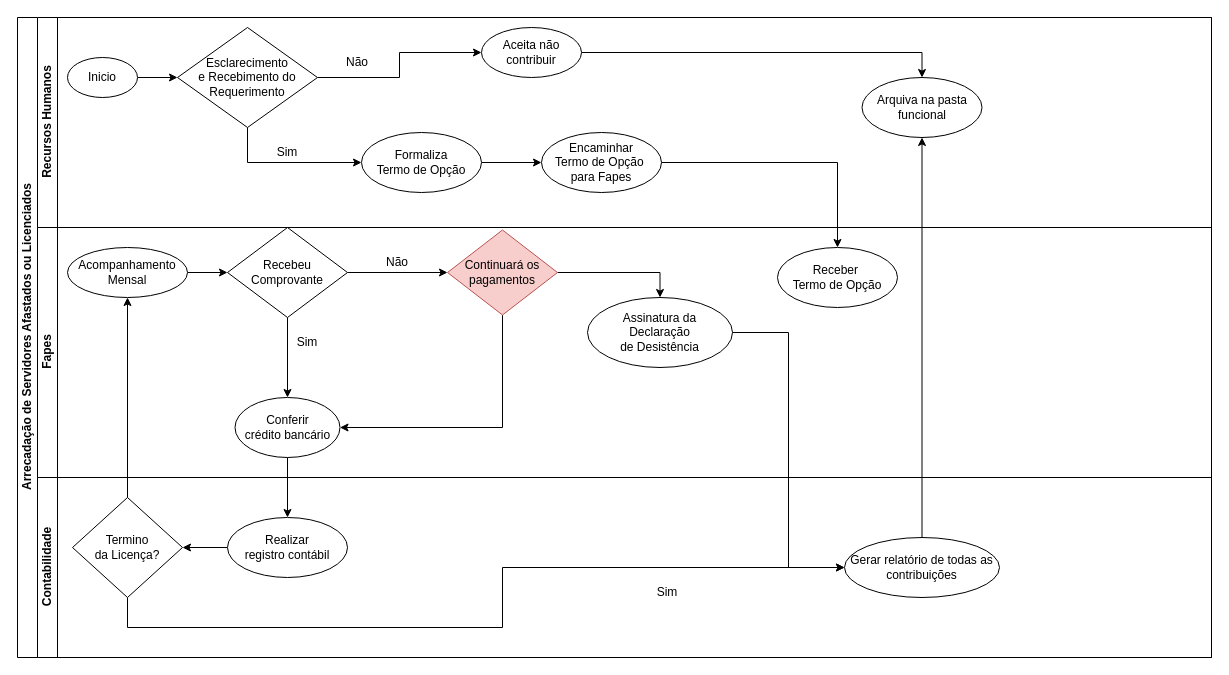
The draw.io diagram Cobrança Servidor Licenciado.drawio in Ramaniks/fluxogramas-toledoprev, before the edit. Source tidied: cells renumbered, new cells numbered last; positions are measured from the earlier drawing's top-left corner, leaving out a move shared by most shapes. Both pictures are drawn from the tidied source at 100%, with x=0, y=0 at pixel (17, 17).
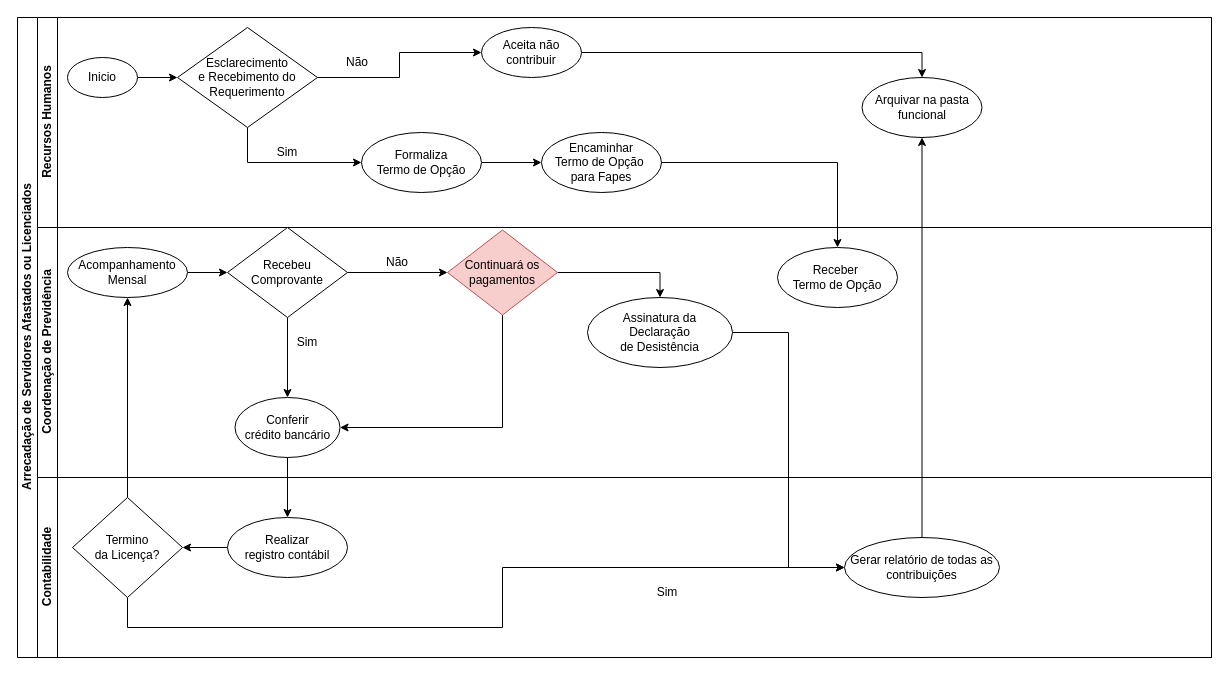
The same diagram, later.

Commit message:
Ajustes de Ortografia.

The change refers to these unchanged cells:
```xml
<mxCell id="2" value="Arrecadação de Servidores Afastados ou Licenciados" style="swimlane;horizontal=0;startSize=20;html=1;" parent="1" vertex="1">
  <mxGeometry width="1194" height="640" as="geometry" />
</mxCell>
<mxCell id="3" value="Recursos Humanos" style="swimlane;startSize=20;horizontal=0;html=1;" parent="2" vertex="1">
  <mxGeometry x="20" width="1174" height="210" as="geometry" />
</mxCell>
```

Diff of the diagram source:
```diff
@@
-    <mxCell id="11" value="Arquiva na pasta funcional" style="ellipse;whiteSpace=wrap;html=1;" parent="3" vertex="1">
+    <mxCell id="11" value="Arquivar na pasta funcional" style="ellipse;whiteSpace=wrap;html=1;" parent="3" vertex="1">
       <mxGeometry x="824.5" y="60" width="120" height="60" as="geometry" />
     </mxCell>
@@
-    <mxCell id="17" value="Fapes" style="swimlane;startSize=20;horizontal=0;html=1;" parent="2" vertex="1">
+    <mxCell id="17" value="Coordenação de Previdência" style="swimlane;startSize=20;horizontal=0;html=1;" parent="2" vertex="1">
       <mxGeometry x="20" y="210" width="1174" height="250" as="geometry" />
     </mxCell>
```
